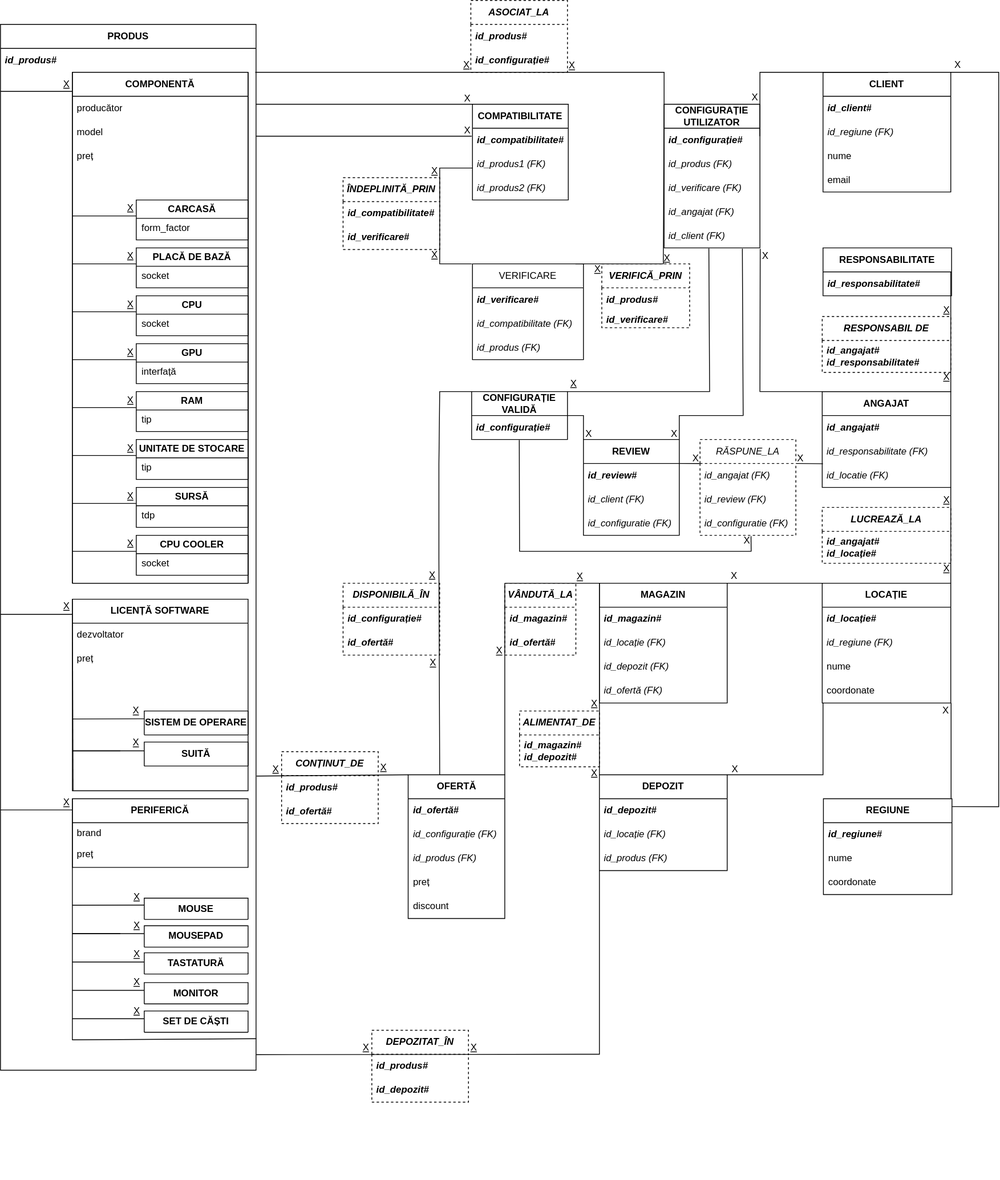
Earlier version of the draw.io export Anul I - Licenta/Semestrul II/Baze de Date/Teme/Tema I/Diagrama Conceptuala.svg (vlaxcs/FMI-INFO-S15-2024-2027). Source tidied: cells renumbered, new cells last; positions are measured from the earlier drawing's top-left corner, leaving out a move shared by most shapes.
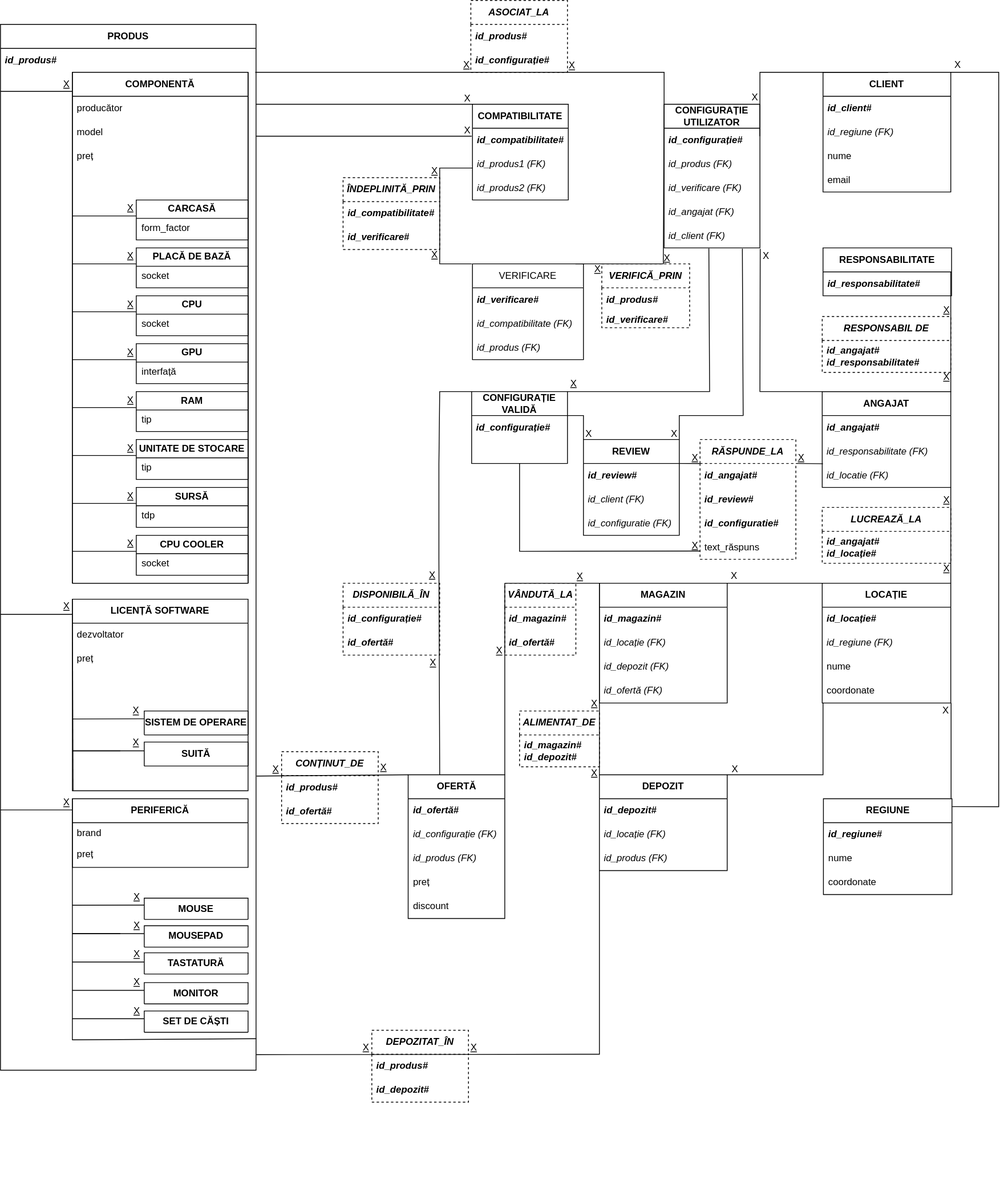
Later version of the same file.

What changed in the source:
```diff
@@ -341,7 +341,7 @@
       <mxGeometry x="943.5" y="310" width="30" height="20" as="geometry" />
     </mxCell>
     <mxCell id="83" value="&lt;b&gt;CONFIGURAȚIE VALIDĂ&lt;/b&gt;" style="swimlane;fontStyle=0;horizontal=1;startSize=30;whiteSpace=wrap;html=1;fillColor=none;" parent="1" vertex="1">
-      <mxGeometry x="590" y="490" width="120" height="60" as="geometry" />
+      <mxGeometry x="590" y="490" width="120" height="90" as="geometry" />
     </mxCell>
     <mxCell id="84" value="id_configurație#" style="text;align=left;verticalAlign=middle;spacingLeft=4;spacingRight=4;overflow=hidden;points=[[0,0.5],[1,0.5]];portConstraint=eastwest;whiteSpace=wrap;html=1;fontStyle=3;fillColor=none;" parent="83" vertex="1">
       <mxGeometry y="30" width="120" height="30" as="geometry" />
@@ -876,18 +876,21 @@
     <mxCell id="230" value="id_ofertă#" style="text;align=left;verticalAlign=middle;spacingLeft=4;spacingRight=4;overflow=hidden;whiteSpace=wrap;html=1;fontStyle=3;fillColor=none;" parent="228" vertex="1">
       <mxGeometry y="60" width="89" height="30" as="geometry" />
     </mxCell>
-    <mxCell id="231" value="&lt;i&gt;RĂSPUNE_LA&lt;/i&gt;" style="swimlane;fontStyle=0;horizontal=1;startSize=30;whiteSpace=wrap;html=1;fillColor=none;dashed=1;" parent="1" vertex="1">
-      <mxGeometry x="876" y="550" width="120" height="120" as="geometry" />
+    <mxCell id="231" value="&lt;i&gt;&lt;b&gt;RĂSPUNDE_LA&lt;/b&gt;&lt;/i&gt;" style="swimlane;fontStyle=0;horizontal=1;startSize=30;whiteSpace=wrap;html=1;fillColor=none;dashed=1;" parent="1" vertex="1">
+      <mxGeometry x="876" y="550" width="120" height="150" as="geometry" />
     </mxCell>
-    <mxCell id="232" value="&lt;span style=&quot;font-weight: normal;&quot;&gt;id_angajat (FK)&lt;/span&gt;" style="text;align=left;verticalAlign=middle;spacingLeft=4;spacingRight=4;overflow=hidden;points=[[0,0.5],[1,0.5]];portConstraint=eastwest;whiteSpace=wrap;html=1;fontStyle=3;fillColor=none;" parent="231" vertex="1">
+    <mxCell id="232" value="id_angajat#" style="text;align=left;verticalAlign=middle;spacingLeft=4;spacingRight=4;overflow=hidden;points=[[0,0.5],[1,0.5]];portConstraint=eastwest;whiteSpace=wrap;html=1;fontStyle=3;fillColor=none;" parent="231" vertex="1">
       <mxGeometry y="30" width="120" height="30" as="geometry" />
     </mxCell>
-    <mxCell id="233" value="&lt;span style=&quot;font-weight: 400;&quot;&gt;&lt;i&gt;id_review (FK)&lt;/i&gt;&lt;/span&gt;" style="text;align=left;verticalAlign=middle;spacingLeft=4;spacingRight=4;overflow=hidden;whiteSpace=wrap;html=1;fontStyle=1;fillColor=none;" parent="231" vertex="1">
+    <mxCell id="233" value="&lt;i style=&quot;&quot;&gt;id_review#&lt;/i&gt;" style="text;align=left;verticalAlign=middle;spacingLeft=4;spacingRight=4;overflow=hidden;whiteSpace=wrap;html=1;fontStyle=1;fillColor=none;" parent="231" vertex="1">
       <mxGeometry y="60" width="120" height="30" as="geometry" />
     </mxCell>
-    <mxCell id="234" value="&lt;span style=&quot;font-weight: 400;&quot;&gt;id_configuratie (FK)&lt;/span&gt;" style="text;align=left;verticalAlign=middle;spacingLeft=4;spacingRight=4;overflow=hidden;points=[[0,0.5],[1,0.5]];portConstraint=eastwest;whiteSpace=wrap;html=1;fontStyle=3;fillColor=none;" parent="231" vertex="1">
+    <mxCell id="234" value="id_configuratie#" style="text;align=left;verticalAlign=middle;spacingLeft=4;spacingRight=4;overflow=hidden;points=[[0,0.5],[1,0.5]];portConstraint=eastwest;whiteSpace=wrap;html=1;fontStyle=3;fillColor=none;" parent="231" vertex="1">
       <mxGeometry y="90" width="120" height="30" as="geometry" />
     </mxCell>
+    <mxCell id="241" value="&lt;span style=&quot;font-weight: 400; font-style: normal;&quot;&gt;text_răspuns&lt;/span&gt;" style="text;align=left;verticalAlign=middle;spacingLeft=4;spacingRight=4;overflow=hidden;points=[[0,0.5],[1,0.5]];portConstraint=eastwest;whiteSpace=wrap;html=1;fontStyle=3;fillColor=none;" parent="231" vertex="1">
+      <mxGeometry y="120" width="120" height="30" as="geometry" />
+    </mxCell>
     <mxCell id="235" style="endArrow=none;html=1;rounded=0;exitX=1;exitY=0;exitDx=0;exitDy=0;exitPerimeter=0;entryX=-0.004;entryY=0.002;entryDx=0;entryDy=0;entryPerimeter=0;" parent="1" edge="1" source="208" target="232">
       <mxGeometry relative="1" as="geometry" />
     </mxCell>
@@ -896,22 +899,22 @@
         <mxPoint x="996" y="580" as="sourcePoint" />
       </mxGeometry>
     </mxCell>
-    <mxCell id="237" style="endArrow=none;html=1;rounded=0;exitX=0.497;exitY=1.022;exitDx=0;exitDy=0;exitPerimeter=0;entryX=0.532;entryY=1.036;entryDx=0;entryDy=0;entryPerimeter=0;" parent="1" edge="1" source="84" target="234">
+    <mxCell id="237" style="endArrow=none;html=1;rounded=0;entryX=-0.002;entryY=0.659;entryDx=0;entryDy=0;entryPerimeter=0;" parent="1" edge="1" target="241">
       <mxGeometry relative="1" as="geometry">
+        <mxPoint x="650" y="580" as="sourcePoint" />
         <Array as="points">
           <mxPoint x="650" y="690" />
-          <mxPoint x="940" y="690" />
         </Array>
       </mxGeometry>
     </mxCell>
-    <mxCell id="238" value="X" style="text;html=1;align=center;verticalAlign=middle;whiteSpace=wrap;rounded=0;fillColor=none;fontStyle=0;" parent="1" vertex="1">
-      <mxGeometry x="923" y="666" width="23.5" height="22" as="geometry" />
+    <mxCell id="238" value="X" style="text;html=1;align=center;verticalAlign=middle;whiteSpace=wrap;rounded=0;fillColor=none;fontStyle=4;" parent="1" vertex="1">
+      <mxGeometry x="857.5" y="672" width="23.5" height="22" as="geometry" />
     </mxCell>
-    <mxCell id="239" value="X" style="text;html=1;align=center;verticalAlign=middle;whiteSpace=wrap;rounded=0;fillColor=none;fontStyle=0;" parent="1" vertex="1">
-      <mxGeometry x="859" y="563" width="23.5" height="22" as="geometry" />
+    <mxCell id="239" value="X" style="text;html=1;align=center;verticalAlign=middle;whiteSpace=wrap;rounded=0;fillColor=none;fontStyle=4;" parent="1" vertex="1">
+      <mxGeometry x="858" y="562" width="23.5" height="22" as="geometry" />
     </mxCell>
-    <mxCell id="240" value="X" style="text;html=1;align=center;verticalAlign=middle;whiteSpace=wrap;rounded=0;fillColor=none;fontStyle=0;" parent="1" vertex="1">
-      <mxGeometry x="990" y="563" width="23.5" height="22" as="geometry" />
+    <mxCell id="240" value="X" style="text;html=1;align=center;verticalAlign=middle;whiteSpace=wrap;rounded=0;fillColor=none;fontStyle=4;" parent="1" vertex="1">
+      <mxGeometry x="991" y="562" width="23.5" height="22" as="geometry" />
     </mxCell>
   </root>
 </mxGraphModel>
```
